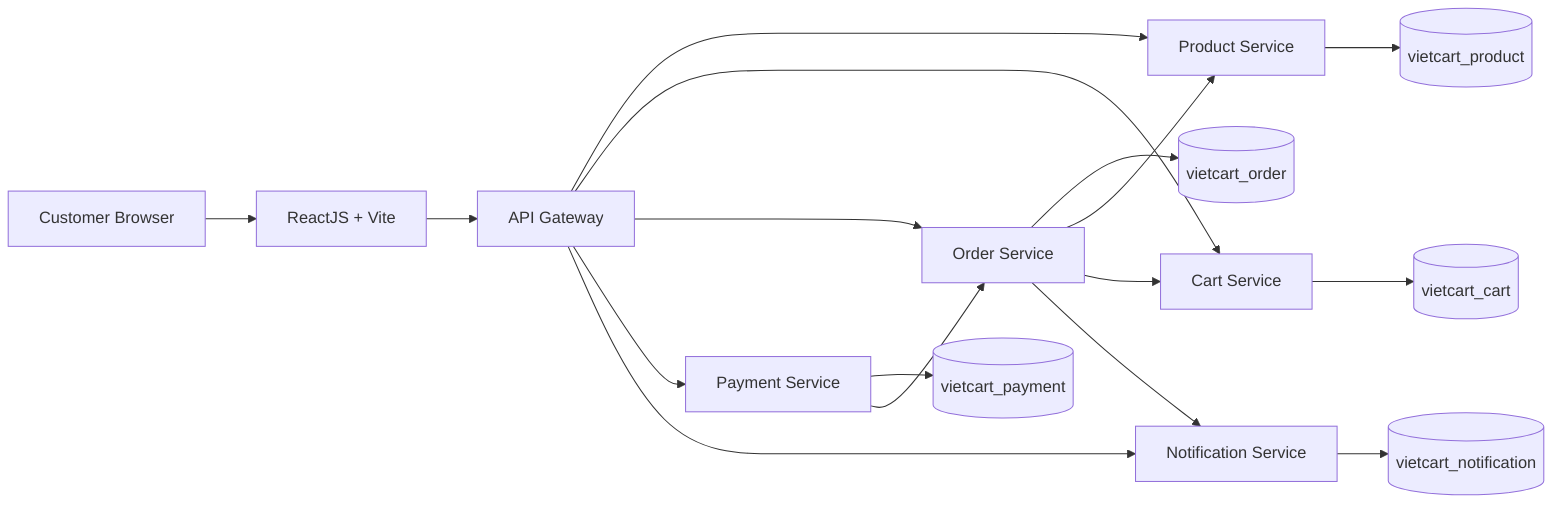
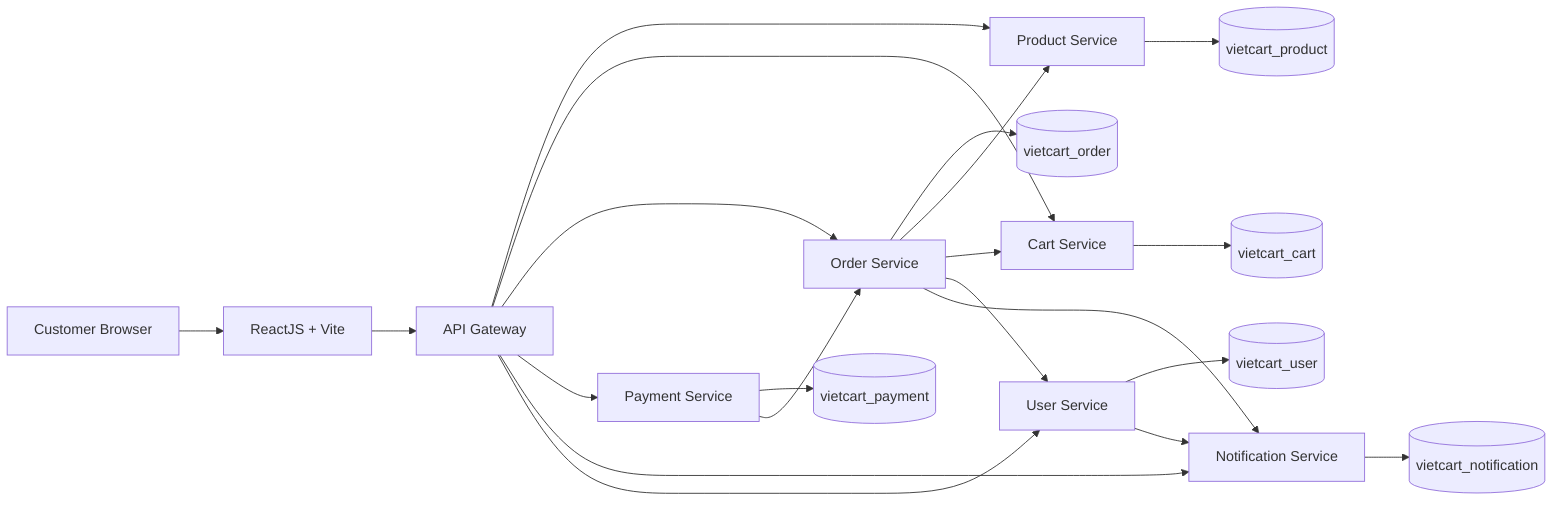
flowchart LR
  User[Customer Browser] --> Frontend[ReactJS + Vite]
  Frontend --> Gateway[API Gateway]
  Gateway --> Product[Product Service]
  Gateway --> Cart[Cart Service]
  Gateway --> Order[Order Service]
  Gateway --> Payment[Payment Service]
  Gateway --> Notification[Notification Service]
+   Gateway --> UserService[User Service]
  Product --> ProductDB[(vietcart_product)]
  Cart --> CartDB[(vietcart_cart)]
  Order --> OrderDB[(vietcart_order)]
  Payment --> PaymentDB[(vietcart_payment)]
  Notification --> NotificationDB[(vietcart_notification)]
+   UserService --> UserDB[(vietcart_user)]
  Order --> Product
  Order --> Cart
+   Order --> UserService
  Order --> Notification
+   UserService --> Notification
  Payment --> Order

